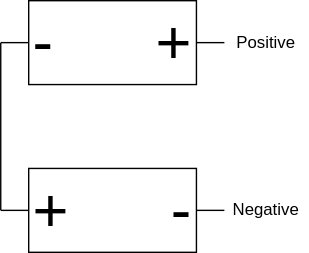
This is site/img/series.svg from BearMetalWeb/BearMetalWeb.github.io, a draw.io export, as it was before one commit. Source tidied: cells renumbered, new cells last; positions are measured from the earlier drawing's top-left corner, leaving out a move shared by most shapes.
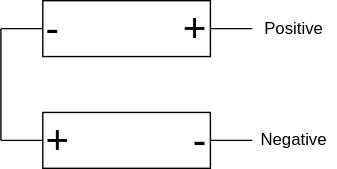
The same diagram one commit later.

The edit, as a diff of the source:
```diff
@@ -2,45 +2,45 @@
   <root>
     <mxCell id="0" />
     <mxCell id="1" parent="0" />
+    <mxCell id="3" value="&lt;font style=&quot;font-size: 29px;&quot;&gt;+&amp;nbsp; &amp;nbsp; &amp;nbsp; &amp;nbsp; &amp;nbsp; &amp;nbsp;-&lt;/font&gt;" style="rounded=0;whiteSpace=wrap;html=1;" parent="1" vertex="1">
+      <mxGeometry y="150" width="120" height="40" as="geometry" />
+    </mxCell>
-    <mxCell id="2" value="&lt;font style=&quot;font-size: 44px;&quot;&gt;-&amp;nbsp; &amp;nbsp; &amp;nbsp; +&lt;/font&gt;" style="rounded=0;whiteSpace=wrap;html=1;" parent="1" vertex="1">
-      <mxGeometry x="20" width="120" height="60" as="geometry" />
+    <mxCell id="2" value="&lt;span style=&quot;font-size: 29px;&quot;&gt;-&amp;nbsp; &amp;nbsp; &amp;nbsp; &amp;nbsp; &amp;nbsp; &amp;nbsp;+&lt;/span&gt;" style="rounded=0;whiteSpace=wrap;html=1;" parent="1" vertex="1">
+      <mxGeometry y="70" width="120" height="40" as="geometry" />
     </mxCell>
-    <mxCell id="3" value="&lt;font style=&quot;font-size: 44px;&quot;&gt;+&amp;nbsp; &amp;nbsp; &amp;nbsp; -&lt;/font&gt;" style="rounded=0;whiteSpace=wrap;html=1;" parent="1" vertex="1">
-      <mxGeometry x="20" y="120" width="120" height="60" as="geometry" />
-    </mxCell>
-    <mxCell id="4" style="endArrow=none;html=1;rounded=0;entryX=0;entryY=0.5;entryDx=0;entryDy=0;" parent="1" edge="1" target="2">
-      <mxGeometry relative="1" as="geometry">
-        <mxPoint y="30" as="sourcePoint" />
-      </mxGeometry>
-    </mxCell>
-    <mxCell id="5" style="endArrow=none;html=1;rounded=0;" parent="1" edge="1">
-      <mxGeometry relative="1" as="geometry">
-        <mxPoint y="150" as="sourcePoint" />
-        <mxPoint y="30" as="targetPoint" />
-      </mxGeometry>
-    </mxCell>
-    <mxCell id="6" style="endArrow=none;html=1;rounded=0;exitX=0;exitY=0.5;exitDx=0;exitDy=0;" parent="1" edge="1" source="3">
-      <mxGeometry relative="1" as="geometry">
-        <mxPoint y="150" as="targetPoint" />
-      </mxGeometry>
-    </mxCell>
-    <mxCell id="7" style="endArrow=none;html=1;rounded=0;entryX=0;entryY=0.5;entryDx=0;entryDy=0;" parent="1" edge="1">
-      <mxGeometry relative="1" as="geometry">
-        <mxPoint x="140" y="30" as="sourcePoint" />
-        <mxPoint x="160" y="30" as="targetPoint" />
-      </mxGeometry>
-    </mxCell>
-    <mxCell id="8" style="endArrow=none;html=1;rounded=0;exitX=0;exitY=0.5;exitDx=0;exitDy=0;" parent="1" edge="1">
-      <mxGeometry relative="1" as="geometry">
-        <mxPoint x="160" y="150" as="sourcePoint" />
-        <mxPoint x="140" y="150" as="targetPoint" />
-      </mxGeometry>
-    </mxCell>
+    <mxCell id="11" style="endArrow=none;html=1;rounded=0;exitX=0;exitY=0.5;exitDx=0;exitDy=0;" parent="1" edge="1" source="3">
+      <mxGeometry relative="1" as="geometry">
+        <mxPoint x="-30" y="170" as="targetPoint" />
+      </mxGeometry>
+    </mxCell>
+    <mxCell id="12" style="endArrow=none;html=1;rounded=0;" parent="1" edge="1">
+      <mxGeometry relative="1" as="geometry">
+        <mxPoint x="-30" y="170" as="sourcePoint" />
+        <mxPoint x="-30" y="90" as="targetPoint" />
+      </mxGeometry>
+    </mxCell>
+    <mxCell id="13" style="endArrow=none;html=1;rounded=0;exitX=0;exitY=0.5;exitDx=0;exitDy=0;" parent="1" edge="1" source="2">
+      <mxGeometry relative="1" as="geometry">
+        <mxPoint x="-30" y="90" as="targetPoint" />
+      </mxGeometry>
+    </mxCell>
+    <mxCell id="14" style="endArrow=none;html=1;rounded=0;exitX=0;exitY=0.5;exitDx=0;exitDy=0;" parent="1" edge="1">
+      <mxGeometry relative="1" as="geometry">
+        <mxPoint x="150" y="170" as="sourcePoint" />
+        <mxPoint x="120" y="170" as="targetPoint" />
+      </mxGeometry>
+    </mxCell>
+    <mxCell id="15" style="endArrow=none;html=1;rounded=0;exitX=0;exitY=0.5;exitDx=0;exitDy=0;" parent="1" edge="1">
+      <mxGeometry relative="1" as="geometry">
+        <mxPoint x="150" y="90" as="sourcePoint" />
+        <mxPoint x="120" y="90" as="targetPoint" />
+      </mxGeometry>
+    </mxCell>
+    <mxCell id="10" value="Negative" style="text;html=1;align=center;verticalAlign=middle;whiteSpace=wrap;rounded=0;" parent="1" vertex="1">
+      <mxGeometry x="150" y="155" width="60" height="30" as="geometry" />
+    </mxCell>
-    <mxCell id="9" value="Positive" style="text;html=1;strokeColor=none;fillColor=none;align=center;verticalAlign=middle;whiteSpace=wrap;rounded=0;" parent="1" vertex="1">
-      <mxGeometry x="160" y="15" width="60" height="30" as="geometry" />
+    <mxCell id="9" value="Positive" style="text;html=1;align=center;verticalAlign=middle;whiteSpace=wrap;rounded=0;" parent="1" vertex="1">
+      <mxGeometry x="150" y="75" width="60" height="30" as="geometry" />
     </mxCell>
-    <mxCell id="10" value="Negative" style="text;html=1;strokeColor=none;fillColor=none;align=center;verticalAlign=middle;whiteSpace=wrap;rounded=0;" parent="1" vertex="1">
-      <mxGeometry x="160" y="135" width="60" height="30" as="geometry" />
-    </mxCell>
   </root>
 </mxGraphModel>
```
